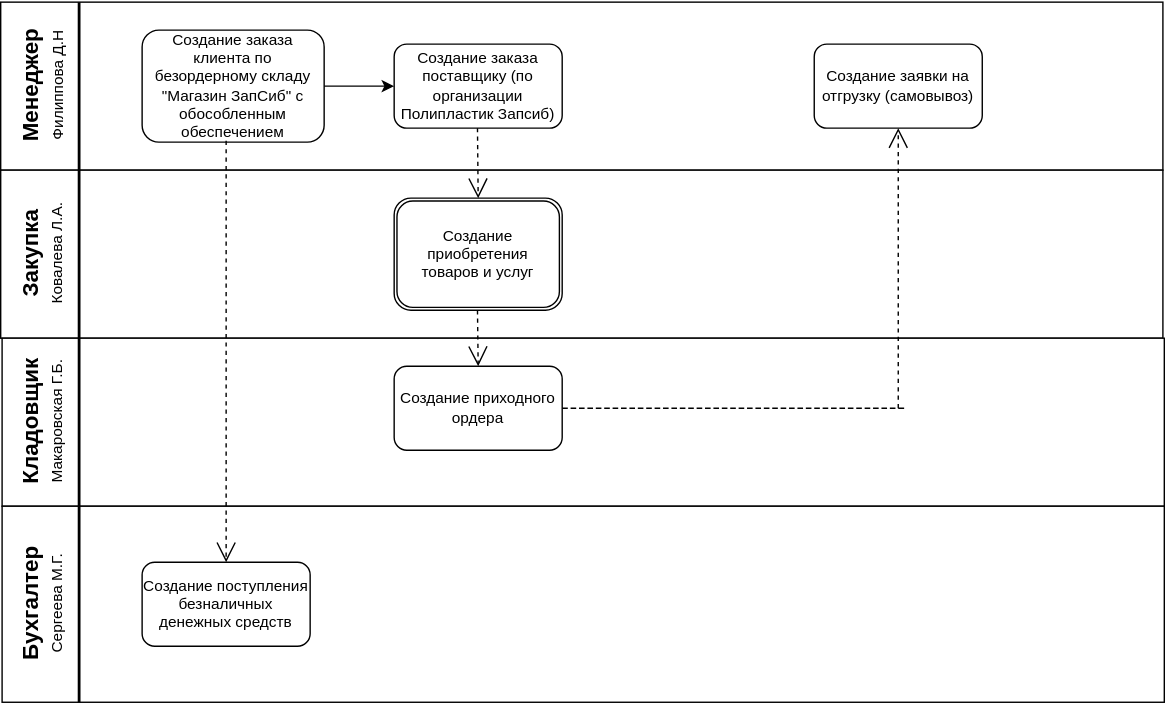
Before: Diagram.svg, a diagram exported from draw.io (Mariia22/HTTP-Request). Source tidied: cells renumbered, new cells last; positions are measured from the earlier drawing's top-left corner, leaving out a move shared by most shapes.
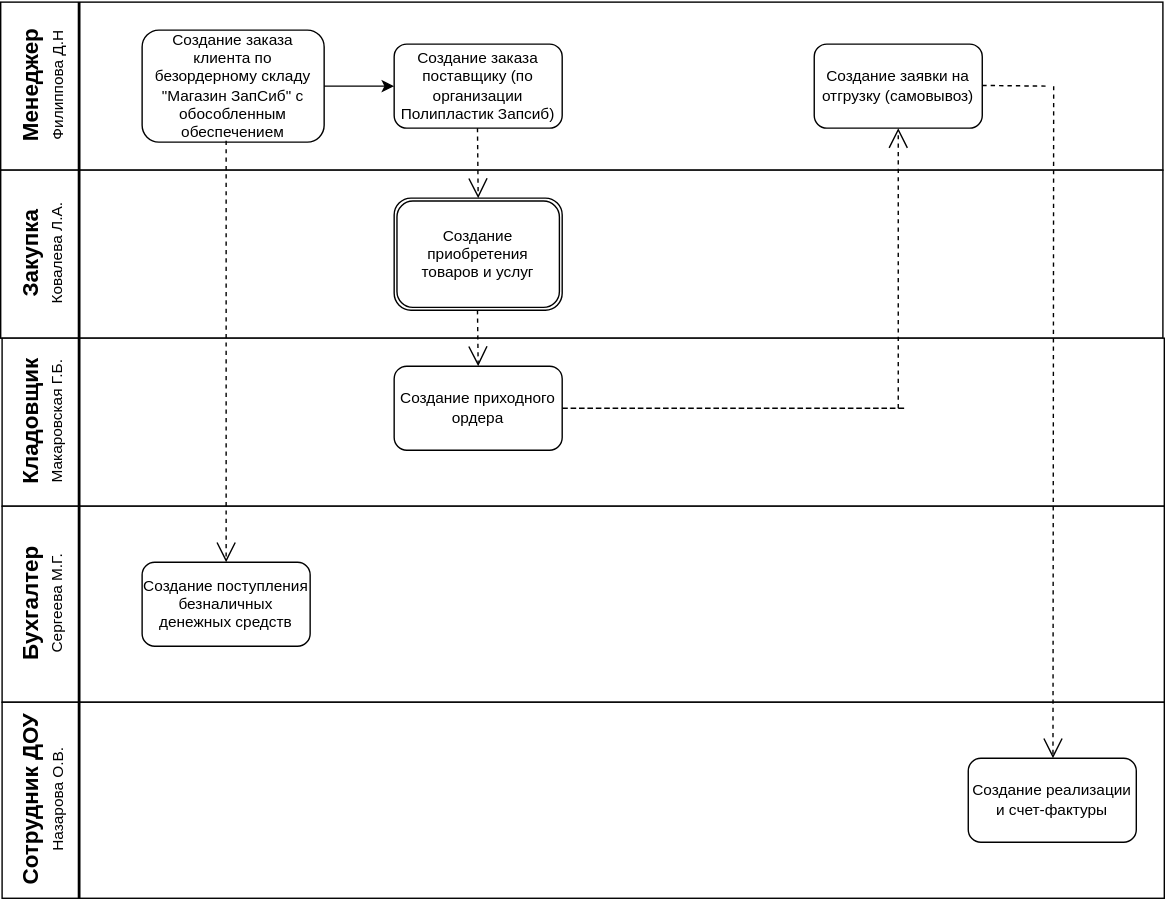
The same file after the commit.

What changed in the source:
```diff
@@ -94,5 +94,36 @@
         <mxPoint x="359.5" y="90" as="sourcePoint" />
       </mxGeometry>
     </mxCell>
+    <mxCell id="28" style="rounded=0;whiteSpace=wrap;html=1;fontSize=16;" parent="1" vertex="1">
+      <mxGeometry x="20" y="500" width="830" height="140" as="geometry" />
+    </mxCell>
+    <mxCell id="29" style="line;strokeWidth=2;direction=south;html=1;fontSize=16;" parent="1" vertex="1">
+      <mxGeometry x="70" y="500" width="10" height="140" as="geometry" />
+    </mxCell>
+    <mxCell id="30" value="Сотрудник ДОУ" style="text;strokeColor=none;fillColor=none;html=1;fontSize=16;fontStyle=1;verticalAlign=middle;align=center;rotation=270;" parent="1" vertex="1">
+      <mxGeometry y="550" width="80" height="40" as="geometry" />
+    </mxCell>
+    <mxCell id="31" value="Назарова О.В." style="text;strokeColor=none;fillColor=none;html=1;fontSize=11;fontStyle=0;verticalAlign=middle;align=center;rotation=270;" parent="1" vertex="1">
+      <mxGeometry x="20" y="550" width="80" height="40" as="geometry" />
+    </mxCell>
+    <mxCell id="32" style="endArrow=none;dashed=1;html=1;fontSize=11;" parent="1" edge="1">
+      <mxGeometry relative="1" as="geometry">
+        <mxPoint x="720" y="59.5" as="sourcePoint" />
+        <mxPoint x="720" y="59.5" as="targetPoint" />
+        <Array as="points">
+          <mxPoint x="770" y="60" />
+          <mxPoint x="760" y="60" />
+        </Array>
+      </mxGeometry>
+    </mxCell>
+    <mxCell id="33" value="Создание реализации и счет-фактуры" style="rounded=1;whiteSpace=wrap;html=1;fontSize=11;" parent="1" vertex="1">
+      <mxGeometry x="710" y="540" width="120" height="60" as="geometry" />
+    </mxCell>
+    <mxCell id="34" style="endArrow=open;endSize=12;dashed=1;html=1;fontSize=11;entryX=0.5;entryY=0;entryDx=0;entryDy=0;" parent="1" edge="1">
+      <mxGeometry relative="1" as="geometry">
+        <mxPoint x="771" y="60" as="sourcePoint" />
+        <mxPoint x="770.5" y="540" as="targetPoint" />
+      </mxGeometry>
+    </mxCell>
   </root>
 </mxGraphModel>
```
